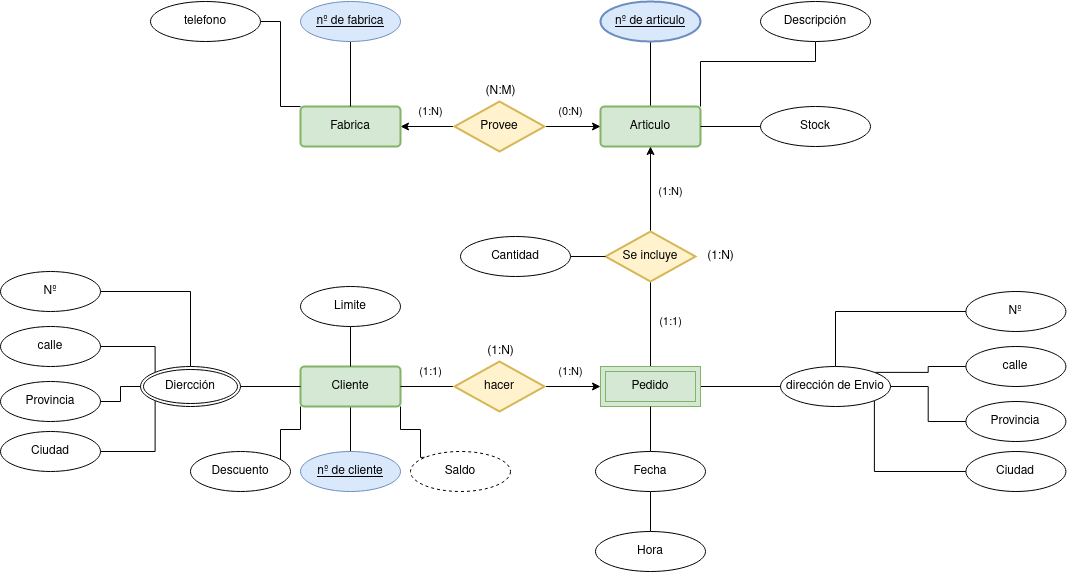
This is tareas base de datos/Actividades_Esquemas/Actividades_Esquemas/ejercicio_3.drawio.png from Angel-L-G/Base-Datos, a draw.io export, as it was before one commit. Source tidied: cells renumbered, new cells last; positions are measured from the earlier drawing's top-left corner, leaving out a move shared by most shapes.
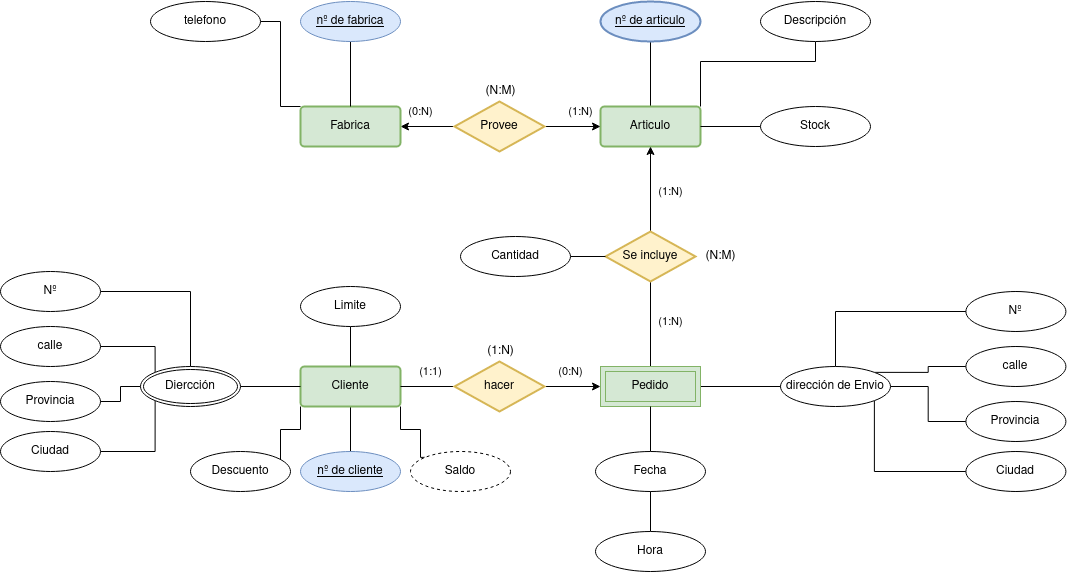
The same file after the commit.

The edit, as a diff of the source:
```diff
@@ -14,7 +14,7 @@
     <mxCell id="5" value="Articulo" style="rounded=1;arcSize=10;whiteSpace=wrap;html=1;align=center;fillColor=#d5e8d4;strokeColor=#82b366;strokeWidth=2;" parent="1" vertex="1">
       <mxGeometry x="600" y="105" width="100" height="40" as="geometry" />
     </mxCell>
-    <mxCell id="6" value="(1:N)" style="edgeStyle=orthogonalEdgeStyle;rounded=0;jettySize=auto;html=1;endArrow=classic;endFill=1;entryX=0;entryY=0.5;entryDx=0;entryDy=0;" parent="1" edge="1" source="8" target="44">
+    <mxCell id="6" value="(0:N)" style="edgeStyle=orthogonalEdgeStyle;rounded=0;jettySize=auto;html=1;endArrow=classic;endFill=1;entryX=0;entryY=0.5;entryDx=0;entryDy=0;" parent="1" edge="1" source="8" target="44">
       <mxGeometry x="-0.07" y="15" relative="1" as="geometry" />
     </mxCell>
     <mxCell id="7" value="(1:1)" style="edgeStyle=orthogonalEdgeStyle;rounded=0;jettySize=auto;html=1;entryX=1;entryY=0.5;entryDx=0;entryDy=0;endArrow=none;endFill=0;" parent="1" edge="1" source="8" target="3">
@@ -24,10 +24,14 @@
       <mxGeometry x="454" y="360" width="90" height="50" as="geometry" />
     </mxCell>
     <mxCell id="9" value="(0:N)" style="edgeStyle=orthogonalEdgeStyle;rounded=0;jettySize=auto;html=1;endArrow=classic;endFill=1;entryX=0;entryY=0.5;entryDx=0;entryDy=0;" parent="1" edge="1" source="11" target="5">
-      <mxGeometry x="-0.07" y="15" relative="1" as="geometry" />
+      <mxGeometry x="-1" y="125" relative="1" as="geometry">
+        <mxPoint x="-124" y="110" as="offset" />
+      </mxGeometry>
     </mxCell>
     <mxCell id="10" value="(1:N)" style="edgeStyle=orthogonalEdgeStyle;rounded=0;jettySize=auto;html=1;entryX=1;entryY=0.5;entryDx=0;entryDy=0;endArrow=classic;endFill=1;" parent="1" edge="1" source="11" target="16">
-      <mxGeometry x="-0.11" y="-15" relative="1" as="geometry" />
+      <mxGeometry x="-1" y="-127" relative="1" as="geometry">
+        <mxPoint x="126" y="112" as="offset" />
+      </mxGeometry>
     </mxCell>
     <mxCell id="11" value="Provee" style="shape=rhombus;perimeter=rhombusPerimeter;whiteSpace=wrap;html=1;align=center;strokeWidth=2;fillColor=#fff2cc;strokeColor=#d6b656;" parent="1" vertex="1">
       <mxGeometry x="454" y="100" width="90" height="50" as="geometry" />
@@ -35,7 +39,7 @@
     <mxCell id="12" value="(1:N)" style="edgeStyle=orthogonalEdgeStyle;rounded=0;jettySize=auto;html=1;endArrow=classic;endFill=1;entryX=0.5;entryY=1;entryDx=0;entryDy=0;" parent="1" edge="1" source="14" target="5">
       <mxGeometry x="-0.06" y="-20" relative="1" as="geometry" />
     </mxCell>
-    <mxCell id="13" value="(1:1)" style="edgeStyle=orthogonalEdgeStyle;rounded=0;jettySize=auto;html=1;endArrow=none;endFill=0;entryX=0.5;entryY=0;entryDx=0;entryDy=0;" parent="1" edge="1" source="14" target="44">
+    <mxCell id="13" value="(1:N)" style="edgeStyle=orthogonalEdgeStyle;rounded=0;jettySize=auto;html=1;endArrow=none;endFill=0;entryX=0.5;entryY=0;entryDx=0;entryDy=0;" parent="1" edge="1" source="14" target="44">
       <mxGeometry x="-0.06" y="20" relative="1" as="geometry" />
     </mxCell>
     <mxCell id="14" value="Se incluye" style="shape=rhombus;perimeter=rhombusPerimeter;whiteSpace=wrap;html=1;align=center;strokeWidth=2;fillColor=#fff2cc;strokeColor=#d6b656;" parent="1" vertex="1">
@@ -47,7 +51,7 @@
     <mxCell id="16" value="Fabrica" style="rounded=1;arcSize=10;whiteSpace=wrap;html=1;align=center;fillColor=#d5e8d4;strokeColor=#82b366;strokeWidth=2;" parent="1" vertex="1">
       <mxGeometry x="300" y="105" width="100" height="40" as="geometry" />
     </mxCell>
-    <mxCell id="17" value="(1:N)" style="text;html=1;align=center;verticalAlign=middle;strokeColor=none;fillColor=none;" parent="1" vertex="1">
+    <mxCell id="17" value="(N:M)" style="text;html=1;align=center;verticalAlign=middle;strokeColor=none;fillColor=none;" parent="1" vertex="1">
       <mxGeometry x="695" y="240" width="50" height="30" as="geometry" />
     </mxCell>
     <mxCell id="18" value="nº de cliente" style="ellipse;whiteSpace=wrap;html=1;align=center;fontStyle=4;strokeWidth=1;fillColor=#dae8fc;strokeColor=#6c8ebf;" parent="1" vertex="1">
```
